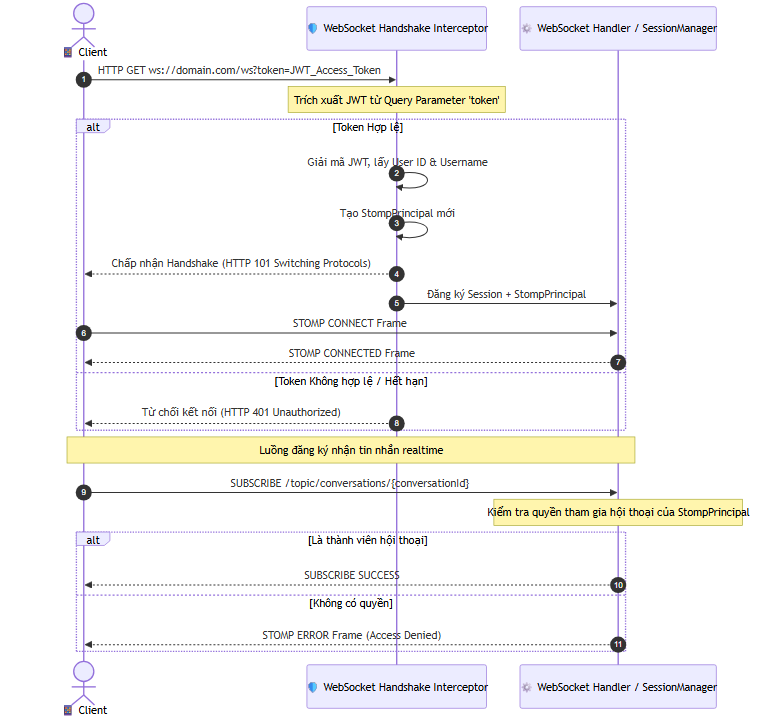
This is docs/diagrams/websocket_stomp_flow.png from VUVANQUANIT/NexChat, a Mermaid export, as it was before one commit. Its source is kept beside it as docs/diagrams/websocket_stomp_flow.mmd.
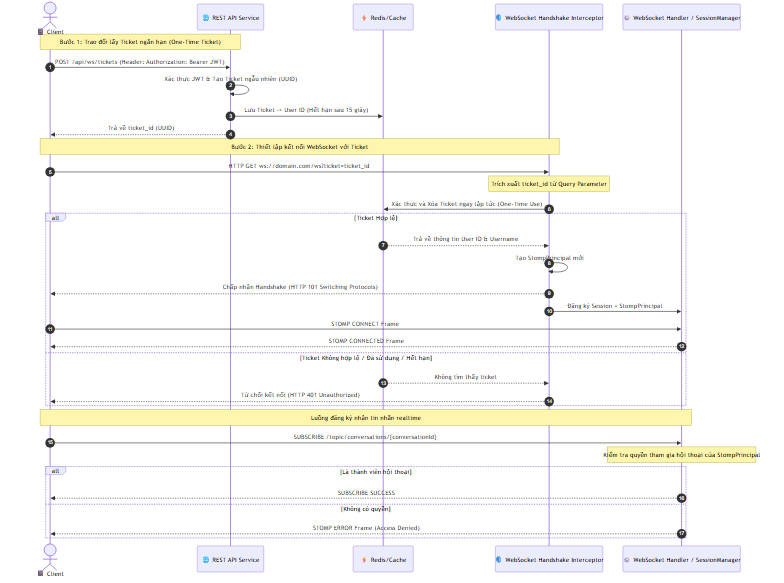
The same file after the commit.

Change to the diagram source:
```diff
@@ -1,19 +1,30 @@
 sequenceDiagram
     autonumber
     actor Client as 📱 Client
+    participant API as 🌐 REST API Service
+    participant Cache as ⚡ Redis/Cache
     participant Interceptor as 🛡️ WebSocket Handshake Interceptor
     participant Manager as ⚙️ WebSocket Handler / SessionManager
 
-    Client->>Interceptor: HTTP GET ws://domain.com/ws?token=JWT_Access_Token
-    Note over Interceptor: Trích xuất JWT từ Query Parameter 'token'
-    alt Token Hợp lệ
-        Interceptor->>Interceptor: Giải mã JWT, lấy User ID & Username
+    Note over Client, API: Bước 1: Trao đổi lấy Ticket ngắn hạn (One-Time Ticket)
+    Client->>API: POST /api/ws/tickets (Header: Authorization: Bearer JWT)
+    API->>API: Xác thực JWT & Tạo Ticket ngẫu nhiên (UUID)
+    API->>Cache: Lưu Ticket -> User ID (Hết hạn sau 15 giây)
+    API-->>Client: Trả về ticket_id (UUID)
+
+    Note over Client, Interceptor: Bước 2: Thiết lập kết nối WebSocket với Ticket
+    Client->>Interceptor: HTTP GET ws://domain.com/ws?ticket=ticket_id
+    Note over Interceptor: Trích xuất ticket_id từ Query Parameter
+    Interceptor->>Cache: Xác thực và Xóa Ticket ngay lập tức (One-Time Use)
+    alt Ticket Hợp lệ
+        Cache-->>Interceptor: Trả về thông tin User ID & Username
         Interceptor->>Interceptor: Tạo StompPrincipal mới
         Interceptor-->>Client: Chấp nhận Handshake (HTTP 101 Switching Protocols)
         Interceptor->>Manager: Đăng ký Session + StompPrincipal
         Client->>Manager: STOMP CONNECT Frame
         Manager-->>Client: STOMP CONNECTED Frame
-    else Token Không hợp lệ / Hết hạn
+    else Ticket Không hợp lệ / Đã sử dụng / Hết hạn
+        Cache-->>Interceptor: Không tìm thấy ticket
         Interceptor-->>Client: Từ chối kết nối (HTTP 401 Unauthorized)
     end
 
```
